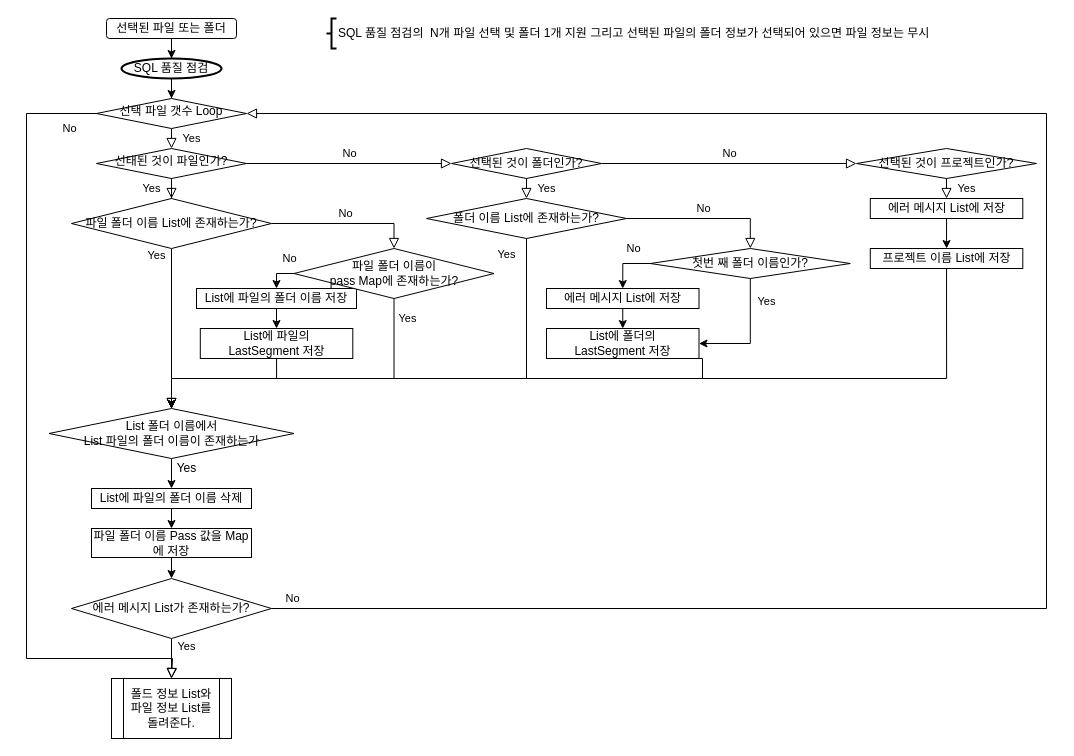
The draw.io diagram Untitled Diagram.drawio in taitai09/playground, before the edit. Source tidied: cells renumbered, new cells numbered last; positions are measured from the earlier drawing's top-left corner, leaving out a move shared by most shapes. Both pictures are drawn from the tidied source at 100%, with x=0, y=0 at pixel (26, 18).
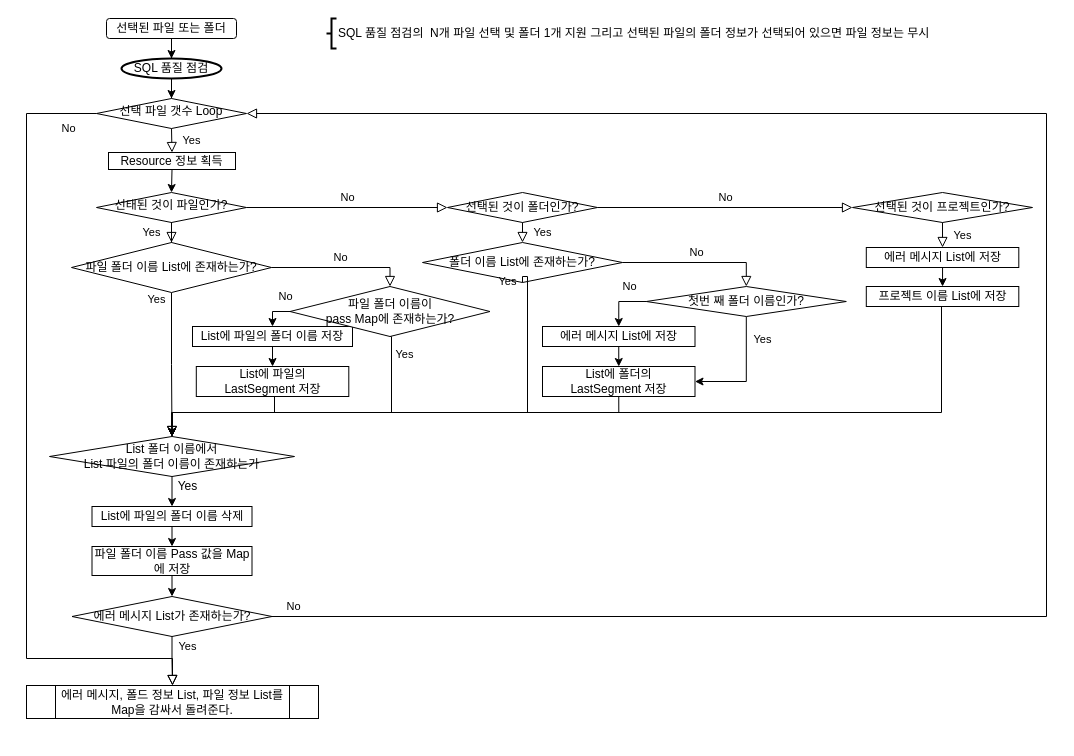
The same page after the edit.

Commit message:
SQL 품질 점검의  N개 파일 선택 및 폴더 1개 지원 그리고 선택된 파일의 폴더 정보가 선택되어 있으면 파일 정보는 무시

Unchanged cells that the change refers to:
```xml
<mxCell id="24" value="선택 파일 갯수 Loop" style="rhombus;whiteSpace=wrap;html=1;shadow=0;fontFamily=Helvetica;fontSize=12;align=center;strokeWidth=1;spacing=6;spacingTop=-4;" parent="1" vertex="1">
  <mxGeometry x="70" y="80" width="150" height="30" as="geometry" />
</mxCell>
```

The edit, as a diff of the source:
```diff
@@
     <mxCell id="5" value="선태된 것이 파일인가?" style="rhombus;whiteSpace=wrap;html=1;shadow=0;fontFamily=Helvetica;fontSize=12;align=center;strokeWidth=1;spacing=6;spacingTop=-4;" parent="1" vertex="1">
-      <mxGeometry x="70" y="130" width="150" height="30" as="geometry" />
+      <mxGeometry x="70" y="174" width="150" height="30" as="geometry" />
     </mxCell>
     <mxCell id="6" value="선택된 것이 폴더인가?" style="rhombus;whiteSpace=wrap;html=1;" parent="1" vertex="1">
-      <mxGeometry x="425" y="130" width="150" height="30" as="geometry" />
+      <mxGeometry x="421" y="174" width="150" height="30" as="geometry" />
     </mxCell>
     <mxCell id="7" value="선택된 것이 프로젝트인가?" style="rhombus;whiteSpace=wrap;html=1;" parent="1" vertex="1">
-      <mxGeometry x="830" y="130" width="180" height="30" as="geometry" />
+      <mxGeometry x="826" y="174" width="180" height="30" as="geometry" />
     </mxCell>
@@
     <mxCell id="10" style="edgeStyle=orthogonalEdgeStyle;rounded=0;jettySize=auto;html=1;exitX=0.5;exitY=1;exitDx=0;exitDy=0;entryX=0.5;entryY=0;entryDx=0;entryDy=0;" parent="1" edge="1" source="11" target="33">
       <mxGeometry relative="1" as="geometry">
         <Array as="points">
-          <mxPoint x="676" y="360" />
-          <mxPoint x="145" y="360" />
+          <mxPoint x="592" y="394" />
+          <mxPoint x="146" y="394" />
         </Array>
       </mxGeometry>
     </mxCell>
     <mxCell id="11" value="List에 폴더의 &lt;br&gt;LastSegment 저장" style="rounded=0;whiteSpace=wrap;html=1;" parent="1" vertex="1">
-      <mxGeometry x="520" y="310" width="152.5" height="30" as="geometry" />
+      <mxGeometry x="516" y="348" width="152.5" height="30" as="geometry" />
     </mxCell>
     <mxCell id="12" value="에러 메시지 List에 저장" style="rounded=0;whiteSpace=wrap;html=1;" parent="1" vertex="1">
-      <mxGeometry x="843.8" y="180" width="152.5" height="20" as="geometry" />
+      <mxGeometry x="839.8" y="229" width="152.5" height="20" as="geometry" />
     </mxCell>
     <mxCell id="13" value="파일 폴더 이름 List에 존재하는가?" style="rhombus;whiteSpace=wrap;html=1;" parent="1" vertex="1">
-      <mxGeometry x="45" y="180" width="200" height="50" as="geometry" />
+      <mxGeometry x="45" y="224" width="200" height="50" as="geometry" />
     </mxCell>
@@
     <mxCell id="16" value="&lt;span&gt;List에 파일의 폴더 이름 저장&lt;/span&gt;" style="rounded=0;whiteSpace=wrap;html=1;" parent="1" vertex="1">
-      <mxGeometry x="170" y="270" width="160" height="20" as="geometry" />
+      <mxGeometry x="166" y="308" width="160" height="20" as="geometry" />
     </mxCell>
@@
     <mxCell id="18" value="폴더 이름 List에 존재하는가?" style="rhombus;whiteSpace=wrap;html=1;" parent="1" vertex="1">
-      <mxGeometry x="400" y="180" width="200" height="40" as="geometry" />
+      <mxGeometry x="396" y="224" width="200" height="40" as="geometry" />
     </mxCell>
     <mxCell id="19" value="Yes" style="rounded=0;html=1;jettySize=auto;fontSize=11;endArrow=block;endFill=0;endSize=8;strokeWidth=1;shadow=0;labelBackgroundColor=none;edgeStyle=orthogonalEdgeStyle;exitX=0.5;exitY=1;exitDx=0;exitDy=0;entryX=0.5;entryY=0;entryDx=0;entryDy=0;" parent="1" edge="1" source="18" target="33">
       <mxGeometry x="-0.94" y="-20" relative="1" as="geometry">
         <Array as="points">
-          <mxPoint x="500" y="360" />
-          <mxPoint x="145" y="360" />
+          <mxPoint x="501" y="258" />
+          <mxPoint x="501" y="394" />
+          <mxPoint x="146" y="394" />
         </Array>
       </mxGeometry>
     </mxCell>
@@
     <mxCell id="21" style="edgeStyle=orthogonalEdgeStyle;rounded=0;jettySize=auto;html=1;exitX=0.5;exitY=1;exitDx=0;exitDy=0;entryX=0.5;entryY=0;entryDx=0;entryDy=0;" parent="1" edge="1" source="22" target="33">
       <mxGeometry relative="1" as="geometry">
         <Array as="points">
-          <mxPoint x="920" y="360" />
-          <mxPoint x="145" y="360" />
+          <mxPoint x="915" y="288" />
+          <mxPoint x="915" y="394" />
+          <mxPoint x="146" y="394" />
         </Array>
       </mxGeometry>
     </mxCell>
     <mxCell id="22" value="프로젝트 이름 List에 저장" style="rounded=0;whiteSpace=wrap;html=1;" parent="1" vertex="1">
-      <mxGeometry x="843.8" y="230" width="152.5" height="20" as="geometry" />
+      <mxGeometry x="839.8" y="268" width="152.5" height="20" as="geometry" />
     </mxCell>
@@
-    <mxCell id="25" value="Yes" style="rounded=0;html=1;jettySize=auto;fontSize=11;endArrow=block;endFill=0;endSize=8;strokeWidth=1;shadow=0;labelBackgroundColor=none;edgeStyle=orthogonalEdgeStyle;exitX=0.5;exitY=1;exitDx=0;exitDy=0;entryX=0.5;entryY=0;entryDx=0;entryDy=0;" parent="1" edge="1" source="24" target="5">
+    <mxCell id="25" value="Yes" style="rounded=0;html=1;jettySize=auto;fontSize=11;endArrow=block;endFill=0;endSize=8;strokeWidth=1;shadow=0;labelBackgroundColor=none;edgeStyle=orthogonalEdgeStyle;exitX=0.5;exitY=1;exitDx=0;exitDy=0;entryX=0.5;entryY=0;entryDx=0;entryDy=0;" parent="1" edge="1" source="24" target="54">
       <mxGeometry y="20" relative="1" as="geometry" />
     </mxCell>
@@
     <mxCell id="28" value="에러 메시지 List가 존재하는가?" style="rhombus;whiteSpace=wrap;html=1;" parent="1" vertex="1">
-      <mxGeometry x="45" y="560" width="200" height="60" as="geometry" />
+      <mxGeometry x="45.5" y="578" width="200" height="40" as="geometry" />
     </mxCell>
@@
     <mxCell id="30" value="No" style="edgeStyle=orthogonalEdgeStyle;rounded=0;html=1;jettySize=auto;fontSize=11;endArrow=block;endFill=0;endSize=8;strokeWidth=1;shadow=0;labelBackgroundColor=none;entryX=0.5;entryY=0;entryDx=0;entryDy=0;exitX=1;exitY=0.5;exitDx=0;exitDy=0;" parent="1" edge="1" source="13" target="44">
-      <mxGeometry y="10" relative="1" as="geometry" />
+      <mxGeometry y="10" relative="1" as="geometry">
+        <Array as="points">
+          <mxPoint x="364" y="249" />
+        </Array>
+      </mxGeometry>
     </mxCell>
     <mxCell id="31" value="No" style="edgeStyle=orthogonalEdgeStyle;rounded=0;html=1;jettySize=auto;fontSize=11;endArrow=block;endFill=0;endSize=8;strokeWidth=1;shadow=0;labelBackgroundColor=none;entryX=1;entryY=0.5;entryDx=0;entryDy=0;exitX=1;exitY=0.5;exitDx=0;exitDy=0;" parent="1" edge="1" source="28" target="24">
       <mxGeometry x="-0.98" y="10" relative="1" as="geometry">
         <Array as="points">
-          <mxPoint x="1020" y="590" />
+          <mxPoint x="1020" y="598" />
           <mxPoint x="1020" y="95" />
         </Array>
       </mxGeometry>
     </mxCell>
@@
     <mxCell id="33" value="List 폴더 이름에서&lt;br&gt;List 파일의 폴더 이름이 존재하는가" style="rhombus;whiteSpace=wrap;html=1;" parent="1" vertex="1">
-      <mxGeometry x="22.5" y="390" width="245" height="50" as="geometry" />
+      <mxGeometry x="23" y="418" width="245" height="40" as="geometry" />
     </mxCell>
@@
     <mxCell id="35" value="&lt;span&gt;List에 파일의 폴더 이름 삭제&lt;/span&gt;" style="rounded=0;whiteSpace=wrap;html=1;" parent="1" vertex="1">
-      <mxGeometry x="65" y="470" width="160" height="20" as="geometry" />
+      <mxGeometry x="65.5" y="488" width="160" height="20" as="geometry" />
     </mxCell>
@@
     <mxCell id="37" value="파일 폴더 이름 Pass 값을 Map에 저장" style="rounded=0;whiteSpace=wrap;html=1;" parent="1" vertex="1">
-      <mxGeometry x="65" y="510" width="160" height="29" as="geometry" />
+      <mxGeometry x="65.5" y="528" width="160" height="29" as="geometry" />
     </mxCell>
     <mxCell id="38" value="Yes" style="text;html=1;align=center;verticalAlign=middle;" parent="1" vertex="1">
-      <mxGeometry x="140" y="440" width="40" height="20" as="geometry" />
+      <mxGeometry x="140.5" y="458" width="40" height="20" as="geometry" />
     </mxCell>
-    <mxCell id="39" value="폴드 정보 List와 파일 정보 List를 돌려준다." style="shape=process;whiteSpace=wrap;html=1;backgroundOutline=1;" parent="1" vertex="1">
-      <mxGeometry x="85" y="660" width="120" height="60" as="geometry" />
+    <mxCell id="39" value="에러 메시지, 폴드 정보 List, 파일 정보 List를 Map을 감싸서 돌려준다." style="shape=process;whiteSpace=wrap;html=1;backgroundOutline=1;" parent="1" vertex="1">
+      <mxGeometry y="667" width="292" height="33" as="geometry" />
     </mxCell>
@@
     <mxCell id="43" value="Yes" style="edgeStyle=orthogonalEdgeStyle;rounded=0;jettySize=auto;html=1;exitX=0.5;exitY=1;exitDx=0;exitDy=0;entryX=0.5;entryY=0;entryDx=0;entryDy=0;" parent="1" edge="1" source="44" target="33">
       <mxGeometry x="-0.88" y="13" relative="1" as="geometry">
         <Array as="points">
-          <mxPoint x="368" y="360" />
-          <mxPoint x="145" y="360" />
+          <mxPoint x="365" y="318" />
+          <mxPoint x="365" y="394" />
+          <mxPoint x="146" y="394" />
         </Array>
       </mxGeometry>
     </mxCell>
     <mxCell id="44" value="파일 폴더 이름이&lt;br&gt;pass Map에 존재하는가?" style="rhombus;whiteSpace=wrap;html=1;" parent="1" vertex="1">
-      <mxGeometry x="267.5" y="230" width="200" height="50" as="geometry" />
+      <mxGeometry x="263.5" y="268" width="200" height="50" as="geometry" />
     </mxCell>
@@
     <mxCell id="47" value="첫번 째 폴더 이름인가?" style="rhombus;whiteSpace=wrap;html=1;" parent="1" vertex="1">
-      <mxGeometry x="623.8" y="230" width="200" height="30" as="geometry" />
+      <mxGeometry x="619.8" y="268" width="200" height="30" as="geometry" />
     </mxCell>
@@
     <mxCell id="49" value="에러 메시지 List에 저장" style="rounded=0;whiteSpace=wrap;html=1;" parent="1" vertex="1">
-      <mxGeometry x="520" y="270" width="152.5" height="20" as="geometry" />
+      <mxGeometry x="516" y="308" width="152.5" height="20" as="geometry" />
     </mxCell>
     <mxCell id="50" style="edgeStyle=orthogonalEdgeStyle;rounded=0;jettySize=auto;html=1;exitX=0.5;exitY=1;exitDx=0;exitDy=0;entryX=0.5;entryY=0;entryDx=0;entryDy=0;" parent="1" edge="1" source="51" target="33">
       <mxGeometry relative="1" as="geometry">
         <Array as="points">
-          <mxPoint x="250" y="360" />
-          <mxPoint x="145" y="360" />
+          <mxPoint x="248" y="378" />
+          <mxPoint x="248" y="394" />
+          <mxPoint x="146" y="394" />
         </Array>
       </mxGeometry>
     </mxCell>
     <mxCell id="51" value="List에 파일의&lt;br&gt;LastSegment&amp;nbsp;저장" style="rounded=0;whiteSpace=wrap;html=1;" parent="1" vertex="1">
-      <mxGeometry x="173.8" y="310" width="152.5" height="30" as="geometry" />
+      <mxGeometry x="169.8" y="348" width="152.5" height="30" as="geometry" />
     </mxCell>
@@
+    <mxCell id="53" style="edgeStyle=orthogonalEdgeStyle;rounded=0;jettySize=auto;html=1;exitX=0.5;exitY=1;exitDx=0;exitDy=0;entryX=0.5;entryY=0;entryDx=0;entryDy=0;" parent="1" edge="1" source="54" target="5">
+      <mxGeometry relative="1" as="geometry" />
+    </mxCell>
+    <mxCell id="54" value="Resource 정보 획득" style="rounded=0;whiteSpace=wrap;html=1;" parent="1" vertex="1">
+      <mxGeometry x="82" y="134" width="127" height="17" as="geometry" />
+    </mxCell>
```
